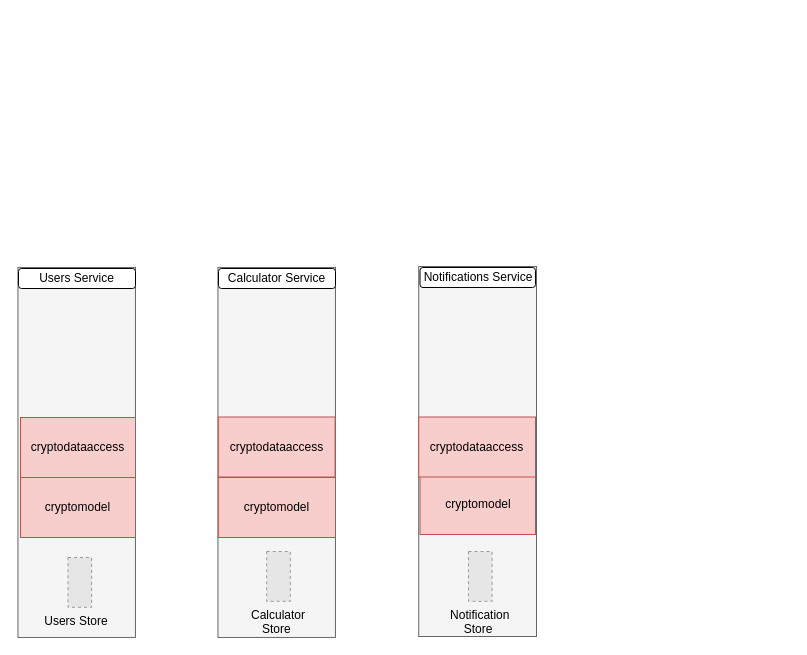
This is overall.drawio from athanikos/CryptoCalculatorService, a draw.io file, before an edit. Source tidied: cells renumbered, new cells numbered last; positions are measured from the earlier drawing's top-left corner, leaving out a move shared by most shapes. Both pictures are drawn from the tidied source at 100%, with x=0, y=0 at pixel (-109, 267). Pictures stored in the file or linked from it are replaced by grey dashed boxes.
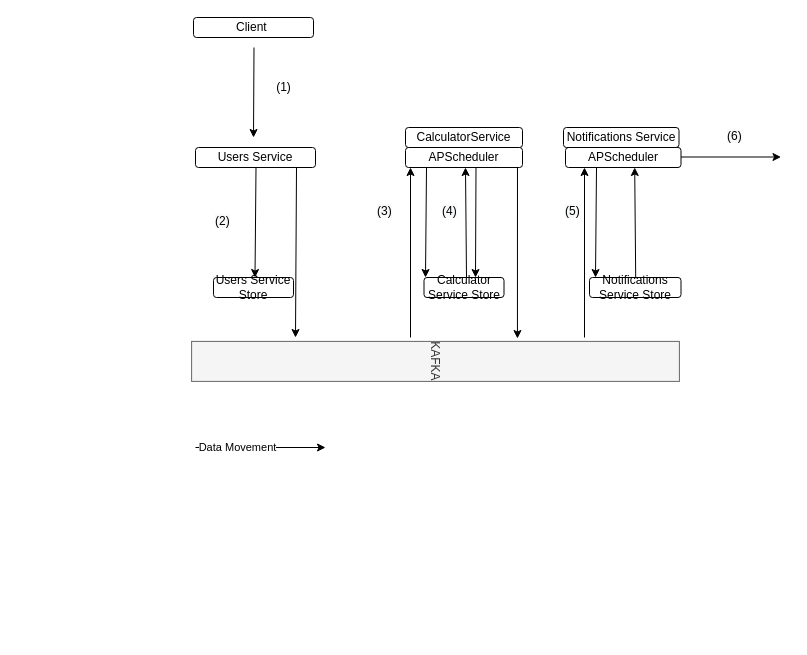
The same page after the edit.

What changed in the source:
```diff
@@
-    <mxCell id="2" style="rounded=0;whiteSpace=wrap;html=1;sketch=0;rotation=90;fillColor=#f5f5f5;strokeColor=#666666;fontColor=#333333;" parent="1" vertex="1">
-      <mxGeometry x="401.1" y="125.1" width="370" height="117.8" as="geometry" />
+    <mxCell id="2" value="KAFKA" style="rounded=0;whiteSpace=wrap;html=1;sketch=0;rotation=90;fillColor=#f5f5f5;strokeColor=#666666;fontColor=#333333;" parent="1" vertex="1">
+      <mxGeometry x="524" y="-150" width="40" height="487.8" as="geometry" />
     </mxCell>
-    <mxCell id="3" style="rounded=0;whiteSpace=wrap;html=1;sketch=0;rotation=90;fillColor=#f5f5f5;strokeColor=#666666;fontColor=#333333;" parent="1" vertex="1">
-      <mxGeometry x="200.2" y="126.2" width="370" height="117.5" as="geometry" />
-    </mxCell>
-    <mxCell id="4" style="rounded=0;whiteSpace=wrap;html=1;sketch=0;rotation=90;fillColor=#f5f5f5;strokeColor=#666666;fontColor=#333333;align=left;" parent="1" vertex="1">
-      <mxGeometry x="0.2" y="126.2" width="370" height="117.5" as="geometry" />
-    </mxCell>
-    <mxCell id="5" value="Users Store  " style="fillColor=#E6E6E6;strokeColor=#999999;dashed=1;verticalLabelPosition=bottom;verticalAlign=top;" parent="1" vertex="1">
-      <mxGeometry x="176.5" y="290" width="23.6" height="49.8" as="geometry" />
-    </mxCell>
-    <mxCell id="6" value="Calculator&#10;Store " style="fillColor=#E6E6E6;strokeColor=#999999;dashed=1;verticalLabelPosition=bottom;verticalAlign=top;" parent="1" vertex="1">
-      <mxGeometry x="375.2" y="284" width="23.6" height="49.8" as="geometry" />
-    </mxCell>
-    <mxCell id="7" value="cryptomodel" style="rounded=0;whiteSpace=wrap;html=1;fillColor=#f8cecc;strokeColor=#b85450;" parent="1" vertex="1">
-      <mxGeometry x="129" y="210" width="115" height="60" as="geometry" />
-    </mxCell>
-    <mxCell id="8" value="Notification&#10;Store " style="fillColor=#E6E6E6;strokeColor=#999999;dashed=1;verticalLabelPosition=bottom;verticalAlign=top;" parent="1" vertex="1">
-      <mxGeometry x="577" y="284" width="23.6" height="49.8" as="geometry" />
-    </mxCell>
-    <mxCell id="9" value="cryptodataaccess" style="rounded=0;whiteSpace=wrap;html=1;fillColor=#f8cecc;strokeColor=#b85450;" parent="1" vertex="1">
-      <mxGeometry x="326.8" y="149.5" width="116.8" height="60" as="geometry" />
-    </mxCell>
-    <mxCell id="10" value="cryptomodel" style="rounded=0;whiteSpace=wrap;html=1;fillColor=#f8cecc;strokeColor=#b85450;" parent="1" vertex="1">
-      <mxGeometry x="326.8" y="210" width="117.2" height="60" as="geometry" />
-    </mxCell>
-    <mxCell id="11" value="cryptomodel" style="rounded=0;whiteSpace=wrap;html=1;fillColor=#f8cecc;strokeColor=#b85450;" parent="1" vertex="1">
-      <mxGeometry x="528.5" y="207" width="115.5" height="60" as="geometry" />
-    </mxCell>
     <mxCell id="12" value="Users Service" style="rounded=1;whiteSpace=wrap;html=1;sketch=0;" parent="1" vertex="1">
-      <mxGeometry x="127" y="1" width="117" height="20" as="geometry" />
+      <mxGeometry x="304" y="-120" width="120" height="20" as="geometry" />
     </mxCell>
-    <mxCell id="13" value="Calculator Service" style="rounded=1;whiteSpace=wrap;html=1;sketch=0;" parent="1" vertex="1">
-      <mxGeometry x="327" y="1" width="117" height="20" as="geometry" />
+    <mxCell id="13" value="APScheduler" style="rounded=1;whiteSpace=wrap;html=1;sketch=0;" parent="1" vertex="1">
+      <mxGeometry x="514" y="-120" width="117" height="20" as="geometry" />
     </mxCell>
-    <mxCell id="14" value="Notifications Service" style="rounded=1;whiteSpace=wrap;html=1;sketch=0;" parent="1" vertex="1">
-      <mxGeometry x="528.5" width="115.5" height="20" as="geometry" />
+    <mxCell id="14" value="APScheduler" style="rounded=1;whiteSpace=wrap;html=1;sketch=0;" parent="1" vertex="1">
+      <mxGeometry x="674" y="-120" width="115.5" height="20" as="geometry" />
     </mxCell>
-    <mxCell id="15" value="cryptodataaccess" style="rounded=0;whiteSpace=wrap;html=1;fillColor=#f8cecc;strokeColor=#b85450;" parent="1" vertex="1">
-      <mxGeometry x="527.2" y="149.5" width="116.8" height="60" as="geometry" />
-    </mxCell>
-    <mxCell id="16" value="cryptodataaccess" style="rounded=0;whiteSpace=wrap;html=1;fillColor=#f8cecc;strokeColor=#b85450;" parent="1" vertex="1">
-      <mxGeometry x="129" y="150" width="115" height="60" as="geometry" />
-    </mxCell>
+    <mxCell id="17" style="endArrow=classic;html=1;exitX=0.5;exitY=1;exitDx=0;exitDy=0;" parent="1" edge="1">
+      <mxGeometry relative="1" as="geometry">
+        <mxPoint x="364.5" y="-100" as="sourcePoint" />
+        <mxPoint x="363.5" y="10" as="targetPoint" />
+      </mxGeometry>
+    </mxCell>
+    <mxCell id="18" value="Users Service Store" style="rounded=1;whiteSpace=wrap;html=1;sketch=0;" parent="1" vertex="1">
+      <mxGeometry x="322" y="10" width="80" height="20" as="geometry" />
+    </mxCell>
+    <mxCell id="19" value="Calculator Service Store" style="rounded=1;whiteSpace=wrap;html=1;sketch=0;" parent="1" vertex="1">
+      <mxGeometry x="532.5" y="10" width="80" height="20" as="geometry" />
+    </mxCell>
+    <mxCell id="20" value="Notifications Service Store" style="rounded=1;whiteSpace=wrap;html=1;sketch=0;" parent="1" vertex="1">
+      <mxGeometry x="698" y="10" width="91.5" height="20" as="geometry" />
+    </mxCell>
+    <mxCell id="21" style="endArrow=classic;html=1;exitX=0.5;exitY=1;exitDx=0;exitDy=0;entryX=-0.097;entryY=0.787;entryDx=0;entryDy=0;entryPerimeter=0;" parent="1" edge="1" target="2">
+      <mxGeometry relative="1" as="geometry">
+        <mxPoint x="405" y="-100" as="sourcePoint" />
+      </mxGeometry>
+    </mxCell>
+    <mxCell id="22" value="(1)" style="text;html=1;strokeColor=none;fillColor=none;align=center;verticalAlign=middle;whiteSpace=wrap;rounded=0;" parent="1" vertex="1">
+      <mxGeometry x="354" y="-190" width="77" height="20" as="geometry" />
+    </mxCell>
+    <mxCell id="23" style="endArrow=classic;html=1;exitX=0.5;exitY=1;exitDx=0;exitDy=0;" parent="1" edge="1">
+      <mxGeometry relative="1" as="geometry">
+        <mxPoint x="362.5" y="-220" as="sourcePoint" />
+        <mxPoint x="362" y="-130" as="targetPoint" />
+      </mxGeometry>
+    </mxCell>
+    <mxCell id="24" style="endArrow=classic;html=1;" parent="1" edge="1">
+      <mxGeometry relative="1" as="geometry">
+        <mxPoint x="304" y="180" as="sourcePoint" />
+        <mxPoint x="434" y="180" as="targetPoint" />
+      </mxGeometry>
+    </mxCell>
+    <mxCell id="25" value="Data Movement" style="edgeLabel;html=1;align=center;verticalAlign=middle;" parent="24" vertex="1">
+      <mxGeometry x="-0.37" y="1" relative="1" as="geometry" />
+    </mxCell>
+    <mxCell id="26" value="Client&amp;nbsp;" style="rounded=1;whiteSpace=wrap;html=1;sketch=0;" parent="1" vertex="1">
+      <mxGeometry x="302" y="-250" width="120" height="20" as="geometry" />
+    </mxCell>
+    <mxCell id="27" value="&lt;span style=&quot;color: rgb(0 , 0 , 0) ; font-family: &amp;#34;helvetica&amp;#34; ; font-size: 12px ; font-style: normal ; font-weight: 400 ; letter-spacing: normal ; text-align: center ; text-indent: 0px ; text-transform: none ; word-spacing: 0px ; background-color: rgb(248 , 249 , 250) ; display: inline ; float: none&quot;&gt;(2)&lt;/span&gt;" style="text;whiteSpace=wrap;html=1;" parent="1" vertex="1">
+      <mxGeometry x="322" y="-60" width="40" height="30" as="geometry" />
+    </mxCell>
+    <mxCell id="28" style="endArrow=classic;html=1;entryX=0;entryY=1;entryDx=0;entryDy=0;" parent="1" edge="1">
+      <mxGeometry relative="1" as="geometry">
+        <mxPoint x="519" y="70" as="sourcePoint" />
+        <mxPoint x="519" y="-100" as="targetPoint" />
+      </mxGeometry>
+    </mxCell>
+    <mxCell id="29" style="endArrow=classic;html=1;exitX=0.5;exitY=1;exitDx=0;exitDy=0;" parent="1" edge="1">
+      <mxGeometry relative="1" as="geometry">
+        <mxPoint x="535" y="-100" as="sourcePoint" />
+        <mxPoint x="534" y="10" as="targetPoint" />
+      </mxGeometry>
+    </mxCell>
+    <mxCell id="30" style="endArrow=classic;html=1;exitX=0.5;exitY=1;exitDx=0;exitDy=0;" parent="1" edge="1">
+      <mxGeometry relative="1" as="geometry">
+        <mxPoint x="575" y="10" as="sourcePoint" />
+        <mxPoint x="574" y="-100" as="targetPoint" />
+      </mxGeometry>
+    </mxCell>
+    <mxCell id="31" value="&lt;span style=&quot;color: rgb(0 , 0 , 0) ; font-family: &amp;#34;helvetica&amp;#34; ; font-size: 12px ; font-style: normal ; font-weight: 400 ; letter-spacing: normal ; text-align: center ; text-indent: 0px ; text-transform: none ; word-spacing: 0px ; background-color: rgb(248 , 249 , 250) ; display: inline ; float: none&quot;&gt;(3)&lt;/span&gt;" style="text;whiteSpace=wrap;html=1;" parent="1" vertex="1">
+      <mxGeometry x="484" y="-70" width="40" height="30" as="geometry" />
+    </mxCell>
+    <mxCell id="32" style="endArrow=classic;html=1;" parent="1" edge="1">
+      <mxGeometry relative="1" as="geometry">
+        <mxPoint x="584.5" y="-100" as="sourcePoint" />
+        <mxPoint x="584" y="10" as="targetPoint" />
+      </mxGeometry>
+    </mxCell>
+    <mxCell id="33" value="&lt;span style=&quot;color: rgb(0 , 0 , 0) ; font-family: &amp;#34;helvetica&amp;#34; ; font-size: 12px ; font-style: normal ; font-weight: 400 ; letter-spacing: normal ; text-align: center ; text-indent: 0px ; text-transform: none ; word-spacing: 0px ; background-color: rgb(248 , 249 , 250) ; display: inline ; float: none&quot;&gt;(4)&lt;/span&gt;" style="text;whiteSpace=wrap;html=1;" parent="1" vertex="1">
+      <mxGeometry x="549" y="-70" width="40" height="30" as="geometry" />
+    </mxCell>
+    <mxCell id="34" style="endArrow=classic;html=1;entryX=-0.072;entryY=0.332;entryDx=0;entryDy=0;entryPerimeter=0;exitX=0.957;exitY=1;exitDx=0;exitDy=0;exitPerimeter=0;" parent="1" edge="1" source="13" target="2">
+      <mxGeometry relative="1" as="geometry" />
+    </mxCell>
+    <mxCell id="35" style="endArrow=classic;html=1;entryX=0;entryY=1;entryDx=0;entryDy=0;" parent="1" edge="1">
+      <mxGeometry relative="1" as="geometry">
+        <mxPoint x="693" y="70" as="sourcePoint" />
+        <mxPoint x="693" y="-100" as="targetPoint" />
+      </mxGeometry>
+    </mxCell>
+    <mxCell id="36" style="endArrow=classic;html=1;exitX=0.5;exitY=1;exitDx=0;exitDy=0;" parent="1" edge="1">
+      <mxGeometry relative="1" as="geometry">
+        <mxPoint x="705" y="-100" as="sourcePoint" />
+        <mxPoint x="704" y="10" as="targetPoint" />
+      </mxGeometry>
+    </mxCell>
+    <mxCell id="37" style="endArrow=classic;html=1;exitX=0.5;exitY=1;exitDx=0;exitDy=0;" parent="1" edge="1">
+      <mxGeometry relative="1" as="geometry">
+        <mxPoint x="744.2" y="10" as="sourcePoint" />
+        <mxPoint x="743.2" y="-100" as="targetPoint" />
+      </mxGeometry>
+    </mxCell>
+    <mxCell id="38" value="CalculatorService" style="rounded=1;whiteSpace=wrap;html=1;sketch=0;" parent="1" vertex="1">
+      <mxGeometry x="514" y="-140" width="117" height="20" as="geometry" />
+    </mxCell>
+    <mxCell id="39" value="&lt;span style=&quot;color: rgb(0 , 0 , 0) ; font-family: &amp;#34;helvetica&amp;#34; ; font-size: 12px ; font-style: normal ; font-weight: 400 ; letter-spacing: normal ; text-align: center ; text-indent: 0px ; text-transform: none ; word-spacing: 0px ; background-color: rgb(248 , 249 , 250) ; display: inline ; float: none&quot;&gt;(5)&lt;/span&gt;" style="text;whiteSpace=wrap;html=1;" parent="1" vertex="1">
+      <mxGeometry x="672" y="-70" width="40" height="30" as="geometry" />
+    </mxCell>
+    <mxCell id="40" value="Notifications Service" style="rounded=1;whiteSpace=wrap;html=1;sketch=0;" parent="1" vertex="1">
+      <mxGeometry x="672" y="-140" width="115.5" height="20" as="geometry" />
+    </mxCell>
+    <mxCell id="41" style="endArrow=classic;html=1;" parent="1" edge="1">
+      <mxGeometry relative="1" as="geometry">
+        <mxPoint x="789.5" y="-110.5" as="sourcePoint" />
+        <mxPoint x="889.5" y="-110.5" as="targetPoint" />
+      </mxGeometry>
+    </mxCell>
+    <mxCell id="42" value="&lt;span style=&quot;color: rgb(0 , 0 , 0) ; font-family: &amp;#34;helvetica&amp;#34; ; font-size: 12px ; font-style: normal ; font-weight: 400 ; letter-spacing: normal ; text-align: center ; text-indent: 0px ; text-transform: none ; word-spacing: 0px ; background-color: rgb(248 , 249 , 250) ; display: inline ; float: none&quot;&gt;(6)&lt;/span&gt;" style="text;whiteSpace=wrap;html=1;" parent="1" vertex="1">
+      <mxGeometry x="834" y="-145" width="40" height="30" as="geometry" />
+    </mxCell>
```
